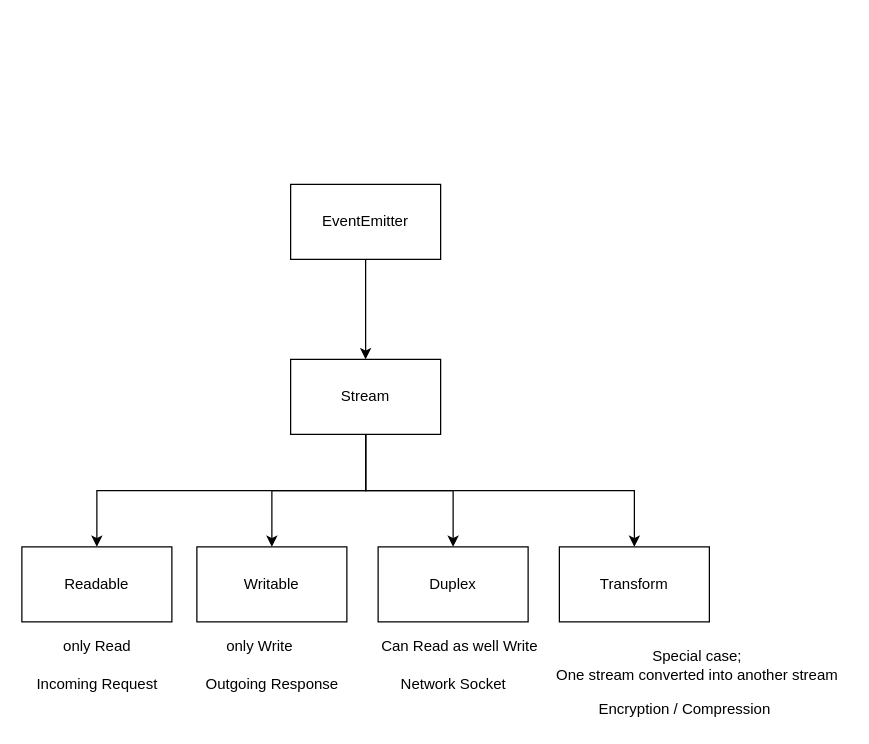
Above: page "Page-6" (6 of 17) of refs/diagrams.drawio in synergy2411/mar-22-brillo (draw.io), before the change. Source tidied: cells renumbered, new cells numbered last; positions are measured from the earlier drawing's top-left corner, leaving out a move shared by most shapes. Both pictures are drawn from the tidied source at 125%, with x=0, y=0 at pixel (21, 184).
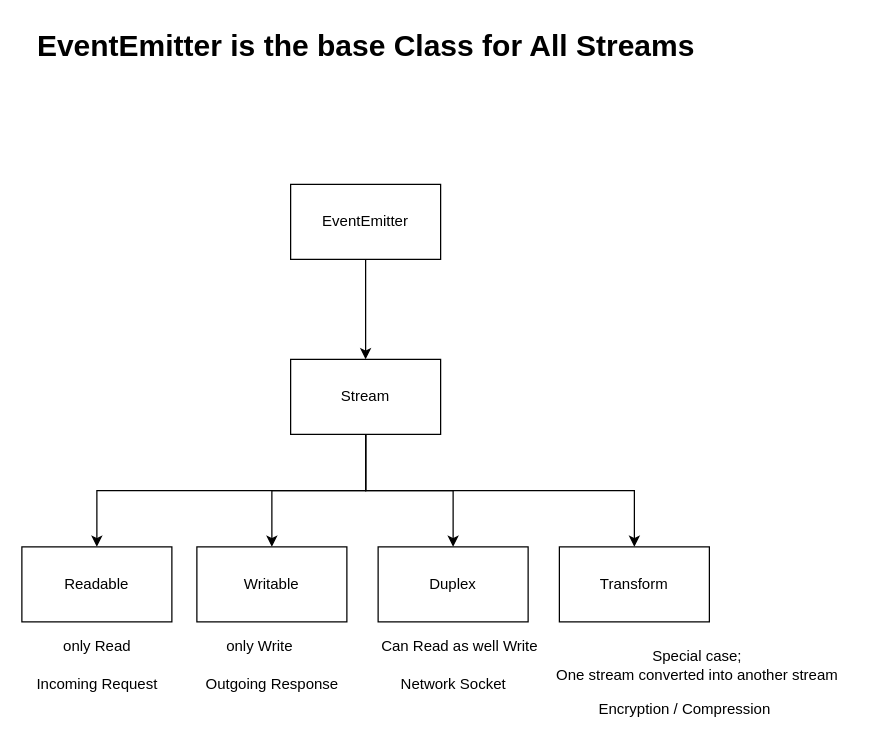
The same page after the edit.

Diff of the diagram source:
```diff
@@
+    <mxCell id="21" value="EventEmitter is the base Class for All Streams" style="text;strokeColor=none;fillColor=none;html=1;fontSize=24;fontStyle=1;verticalAlign=middle;align=center;" parent="1" vertex="1">
+      <mxGeometry x="225" y="-130" width="100" height="40" as="geometry" />
+    </mxCell>
```
